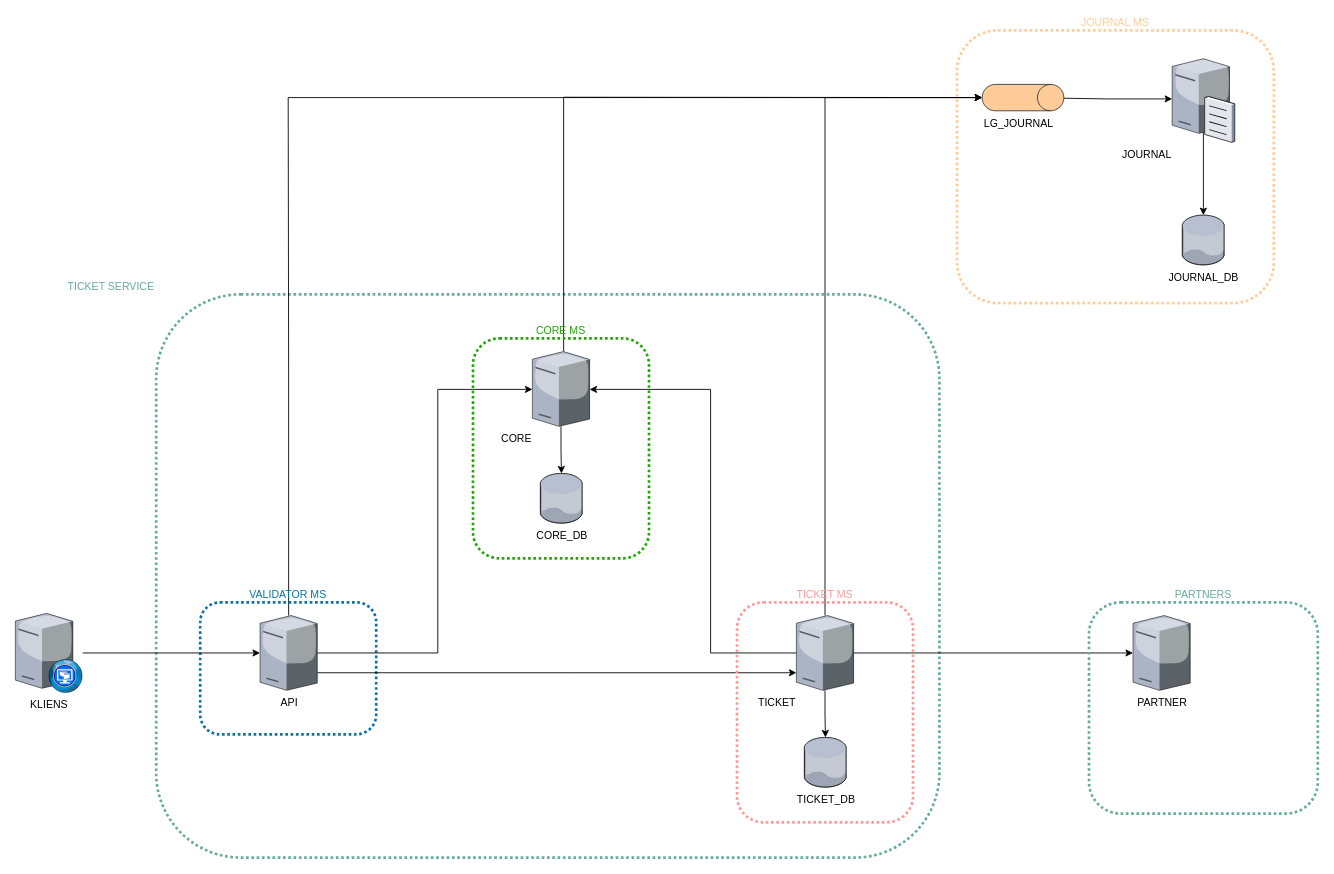
The draw.io diagram docs/architecture/infrastructure.drawio in sandor95/ticket-service, before the edit. Source tidied: cells renumbered, new cells numbered last; positions are measured from the earlier drawing's top-left corner, leaving out a move shared by most shapes. Both pictures are drawn from the tidied source at 88%, with x=0, y=0 at pixel (15, 30).
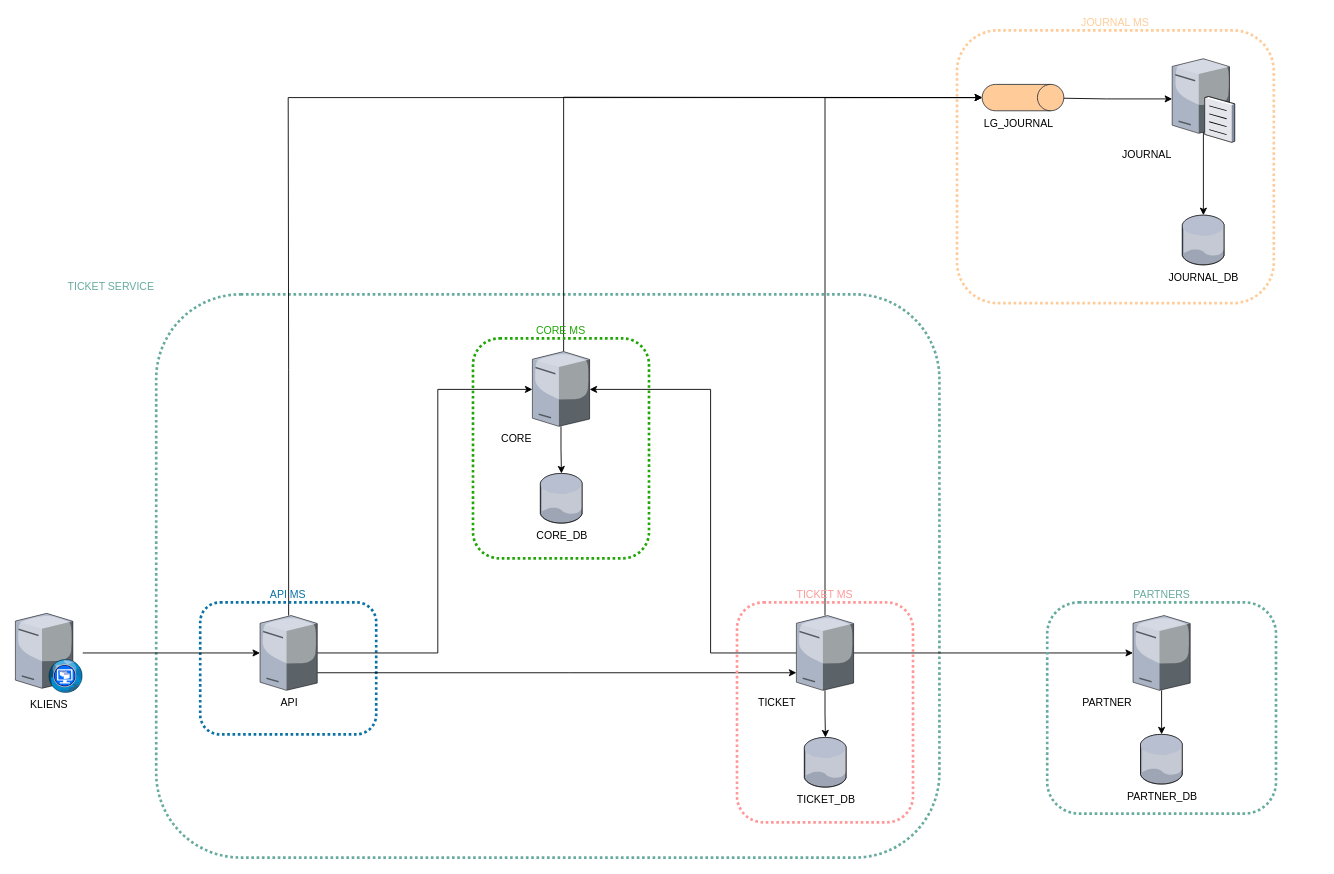
The same diagram, later.

Change to the diagram source:
```diff
@@
-    <mxCell id="8" value="VALIDATOR MS" style="rounded=1;whiteSpace=wrap;html=1;fillColor=none;dashed=1;dashPattern=1 1;strokeColor=#0A72A6;strokeWidth=3;labelPosition=center;verticalLabelPosition=top;align=center;verticalAlign=bottom;fontColor=#0A72A6;" parent="1" vertex="1">
+    <mxCell id="8" value="API MS" style="rounded=1;whiteSpace=wrap;html=1;fillColor=none;dashed=1;dashPattern=1 1;strokeColor=#0A72A6;strokeWidth=3;labelPosition=center;verticalLabelPosition=top;align=center;verticalAlign=bottom;fontColor=#0A72A6;" parent="1" vertex="1">
       <mxGeometry x="210" y="650" width="200" height="150" as="geometry" />
     </mxCell>
@@
     <mxCell id="28" value="PARTNERS" style="rounded=1;whiteSpace=wrap;html=1;fillColor=none;dashed=1;dashPattern=1 1;strokeColor=#67AB9F;strokeWidth=3;labelPosition=center;verticalLabelPosition=top;align=center;verticalAlign=bottom;fontColor=#67AB9F;" parent="1" vertex="1">
-      <mxGeometry x="1220" y="650" width="260" height="240" as="geometry" />
+      <mxGeometry x="1172.5" y="650" width="260" height="240" as="geometry" />
     </mxCell>
+    <mxCell id="30" style="edgeStyle=orthogonalEdgeStyle;rounded=0;jettySize=auto;html=1;" parent="1" edge="1" source="29" target="31">
+      <mxGeometry relative="1" as="geometry" />
+    </mxCell>
-    <mxCell id="29" value="PARTNER" style="verticalLabelPosition=bottom;sketch=0;html=1;verticalAlign=top;strokeColor=none;align=center;outlineConnect=0;shape=mxgraph.citrix.license_server;labelPosition=center;" parent="1" vertex="1">
+    <mxCell id="29" value="PARTNER" style="verticalLabelPosition=bottom;sketch=0;html=1;verticalAlign=top;strokeColor=none;align=right;outlineConnect=0;shape=mxgraph.citrix.license_server;labelPosition=left;" parent="1" vertex="1">
       <mxGeometry x="1270" y="665" width="65" height="85" as="geometry" />
     </mxCell>
+    <mxCell id="31" value="PARTNER_DB" style="verticalLabelPosition=bottom;sketch=0;html=1;verticalAlign=top;strokeColor=none;align=center;outlineConnect=0;shape=mxgraph.citrix.database;" parent="1" vertex="1">
+      <mxGeometry x="1278.5" y="800" width="48" height="56.5" as="geometry" />
+    </mxCell>
```
